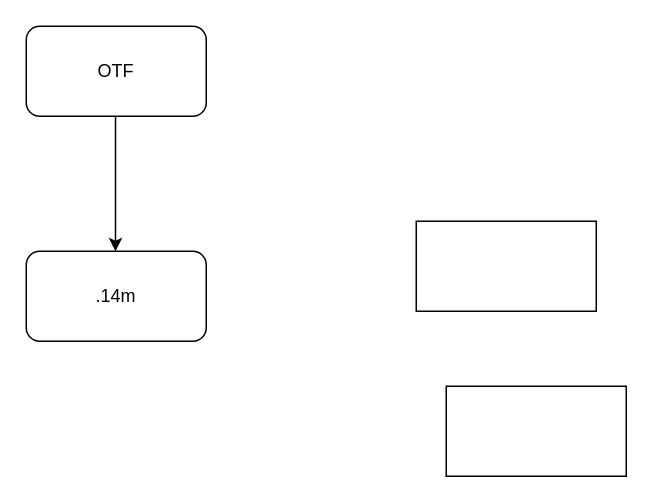
The draw.io diagram Untitled Diagram.drawio in luoluo19550418/drawio, before the edit. Source tidied: cells renumbered, new cells numbered last; positions are measured from the earlier drawing's top-left corner, leaving out a move shared by most shapes. Both pictures are drawn from the tidied source at 150%, with x=0, y=0 at pixel (26, 26).
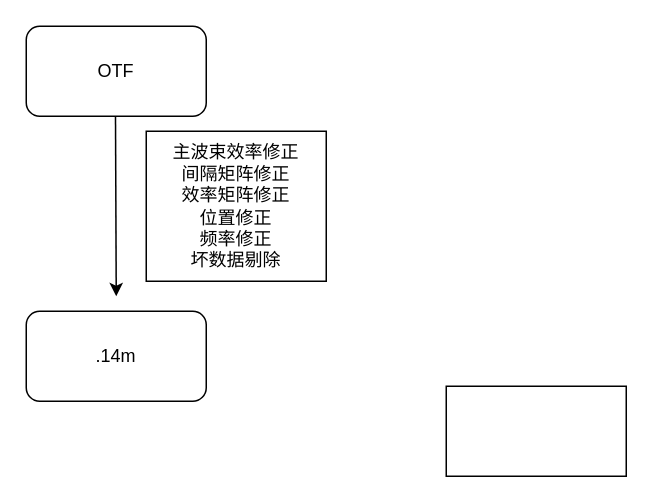
The same diagram, later.

The edit, as a diff of the source:
```diff
@@
 <mxGraphModel>
   <root>
     <mxCell id="0" />
     <mxCell id="1" parent="0" />
-    <mxCell id="2" style="rounded=0;whiteSpace=wrap;html=1;" parent="1" vertex="1">
-      <mxGeometry x="260" y="130" width="120" height="60" as="geometry" />
+    <mxCell id="2" value="主波束效率修正&lt;br&gt;间隔矩阵修正&lt;br&gt;效率矩阵修正&lt;br&gt;位置修正&lt;br&gt;频率修正&lt;br&gt;坏数据剔除" style="rounded=0;whiteSpace=wrap;html=1;" parent="1" vertex="1">
+      <mxGeometry x="80" y="70" width="120" height="100" as="geometry" />
     </mxCell>
     <mxCell id="3" style="endArrow=classic;html=1;" parent="1" edge="1">
       <mxGeometry relative="1" as="geometry">
         <mxPoint x="59.5" y="60" as="sourcePoint" />
-        <mxPoint x="59.5" y="150" as="targetPoint" />
+        <mxPoint x="60" y="180" as="targetPoint" />
       </mxGeometry>
     </mxCell>
     <mxCell id="4" style="rounded=0;whiteSpace=wrap;html=1;" parent="1" vertex="1">
       <mxGeometry x="280" y="240" width="120" height="60" as="geometry" />
     </mxCell>
     <mxCell id="5" value="&lt;span&gt;OTF&lt;/span&gt;" style="rounded=1;whiteSpace=wrap;html=1;" parent="1" vertex="1">
       <mxGeometry width="120" height="60" as="geometry" />
     </mxCell>
     <mxCell id="6" value=".14m" style="rounded=1;whiteSpace=wrap;html=1;" parent="1" vertex="1">
-      <mxGeometry y="150" width="120" height="60" as="geometry" />
+      <mxGeometry y="190" width="120" height="60" as="geometry" />
     </mxCell>
   </root>
 </mxGraphModel>
```
